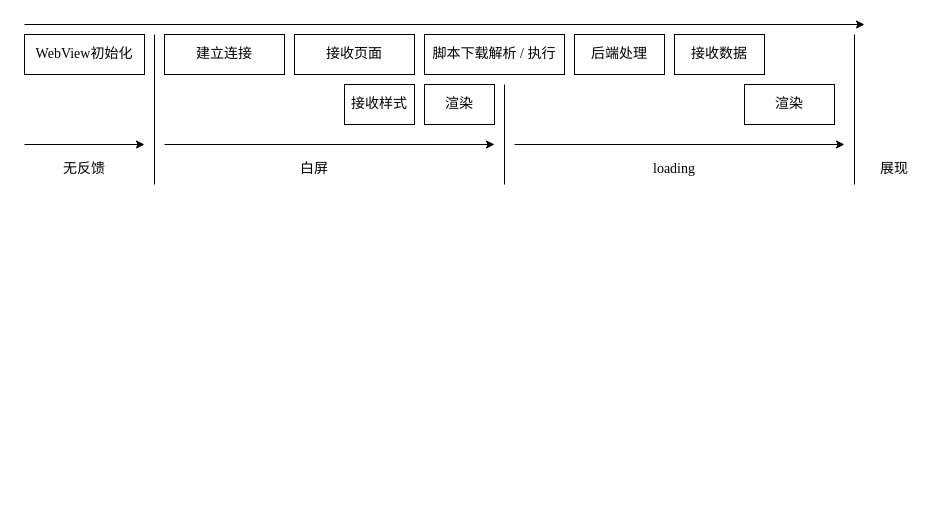
Before: WKWebViewPerformanceOptimization.drawio in xuhaodong1/DrawIO, a draw.io diagram. Source tidied: cells renumbered, new cells numbered last; positions are measured from the earlier drawing's top-left corner, leaving out a move shared by most shapes. Both pictures are drawn from the tidied source at 100%, with x=0, y=0 at pixel (24, 24).
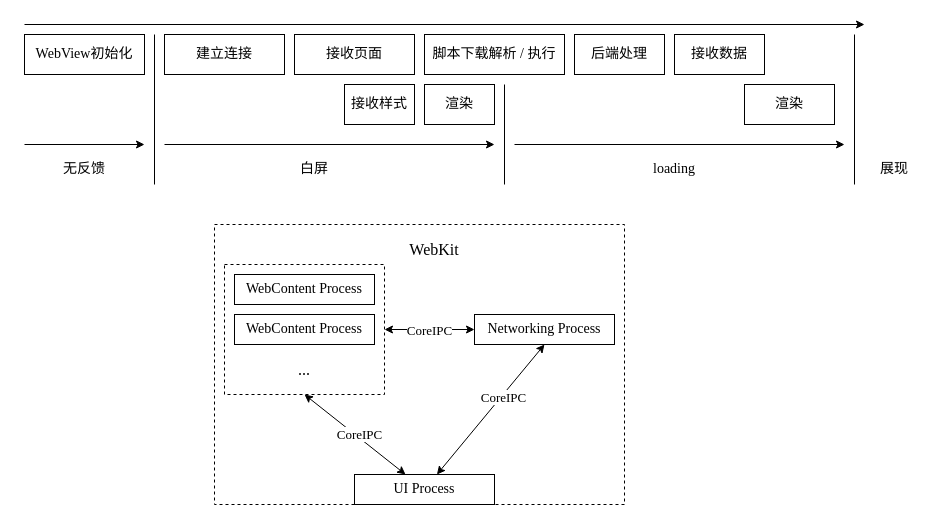
After the change.

The edit, as a diff of the source:
```diff
@@
+    <mxCell id="22" style="rounded=0;whiteSpace=wrap;html=1;labelBorderColor=none;dashed=1;" parent="1" vertex="1">
+      <mxGeometry x="190" y="200" width="410" height="280" as="geometry" />
+    </mxCell>
+    <mxCell id="23" value="WebKit" style="text;html=1;strokeColor=none;fillColor=none;align=center;verticalAlign=middle;whiteSpace=wrap;rounded=0;fontFamily=Times New Roman;fontSize=16;" parent="1" vertex="1">
+      <mxGeometry x="380" y="210" width="60" height="30" as="geometry" />
+    </mxCell>
+    <mxCell id="24" style="rounded=0;whiteSpace=wrap;html=1;labelBorderColor=none;dashed=1;" parent="1" vertex="1">
+      <mxGeometry x="200" y="240" width="160" height="130" as="geometry" />
+    </mxCell>
+    <mxCell id="25" value="WebContent Process" style="rounded=0;whiteSpace=wrap;html=1;labelBorderColor=none;fontSize=14;fontFamily=Times New Roman;" parent="1" vertex="1">
+      <mxGeometry x="210" y="250" width="140" height="30" as="geometry" />
+    </mxCell>
+    <mxCell id="26" value="WebContent Process" style="rounded=0;whiteSpace=wrap;html=1;labelBorderColor=none;fontSize=14;fontFamily=Times New Roman;" parent="1" vertex="1">
+      <mxGeometry x="210" y="290" width="140" height="30" as="geometry" />
+    </mxCell>
+    <mxCell id="27" value="..." style="text;html=1;strokeColor=none;fillColor=none;align=center;verticalAlign=middle;whiteSpace=wrap;rounded=0;labelBorderColor=none;fontFamily=Times New Roman;fontSize=16;" parent="1" vertex="1">
+      <mxGeometry x="250" y="330" width="60" height="30" as="geometry" />
+    </mxCell>
+    <mxCell id="28" value="&lt;font style=&quot;font-size: 13px;&quot;&gt;CoreIPC&lt;/font&gt;" style="edgeStyle=none;rounded=0;jettySize=auto;html=1;entryX=1;entryY=0.5;entryDx=0;entryDy=0;fontFamily=Times New Roman;fontSize=16;startArrow=classic;startFill=1;" parent="1" edge="1" source="29" target="24">
+      <mxGeometry relative="1" as="geometry" />
+    </mxCell>
+    <mxCell id="29" value="Networking Process" style="rounded=0;whiteSpace=wrap;html=1;labelBorderColor=none;fontSize=14;fontFamily=Times New Roman;" parent="1" vertex="1">
+      <mxGeometry x="450" y="290" width="140" height="30" as="geometry" />
+    </mxCell>
+    <mxCell id="30" style="rounded=0;jettySize=auto;html=1;entryX=0.5;entryY=1;entryDx=0;entryDy=0;fontFamily=Times New Roman;fontSize=16;startArrow=classic;startFill=1;" parent="1" edge="1" source="34" target="29">
+      <mxGeometry relative="1" as="geometry" />
+    </mxCell>
+    <mxCell id="31" value="CoreIPC" style="edgeLabel;html=1;align=center;verticalAlign=middle;fontSize=13;fontFamily=Times New Roman;" parent="30" vertex="1">
+      <mxGeometry x="0.21" y="-2" relative="1" as="geometry" />
+    </mxCell>
+    <mxCell id="32" style="edgeStyle=none;rounded=0;jettySize=auto;html=1;entryX=0.5;entryY=1;entryDx=0;entryDy=0;fontFamily=Times New Roman;fontSize=16;startArrow=classic;startFill=1;" parent="1" edge="1" source="34" target="24">
+      <mxGeometry relative="1" as="geometry" />
+    </mxCell>
+    <mxCell id="33" value="CoreIPC" style="edgeLabel;html=1;align=center;verticalAlign=middle;fontSize=13;fontFamily=Times New Roman;" parent="32" vertex="1">
+      <mxGeometry x="-0.04" y="-3" relative="1" as="geometry" />
+    </mxCell>
+    <mxCell id="34" value="UI Process" style="rounded=0;whiteSpace=wrap;html=1;labelBorderColor=none;fontSize=14;fontFamily=Times New Roman;" parent="1" vertex="1">
+      <mxGeometry x="330" y="450" width="140" height="30" as="geometry" />
+    </mxCell>
```
